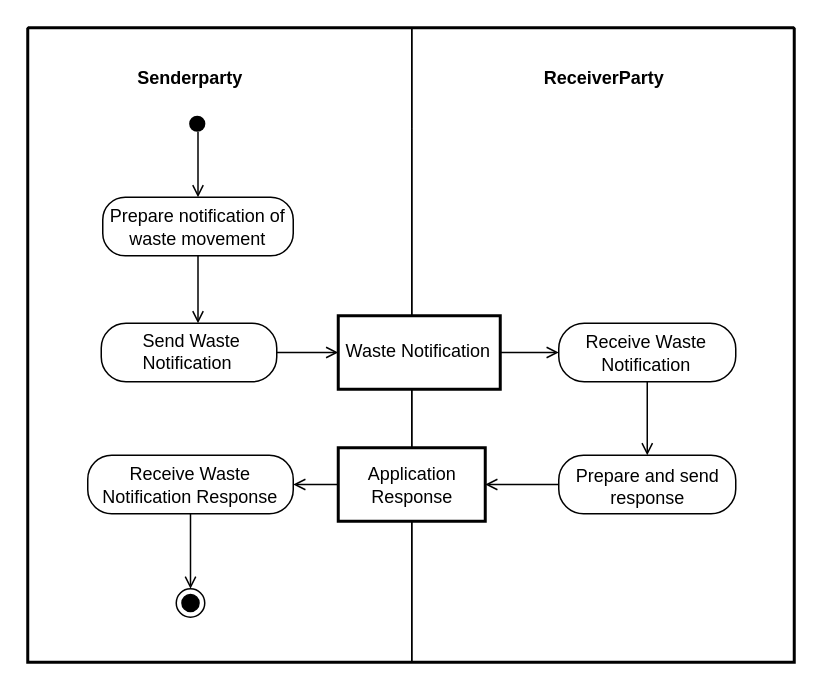
Above: diagrams/UBL-2.5-WasteNotificationProcess/UBL-2.5-WasteNotificationProcess.drawio in kduvekot/ubl-work-on-svg-images (draw.io), before the change. Source tidied: cells renumbered, new cells numbered last; positions are measured from the earlier drawing's top-left corner, leaving out a move shared by most shapes. Both pictures are drawn from the tidied source at 150%, with x=0, y=0 at pixel (27, 27).
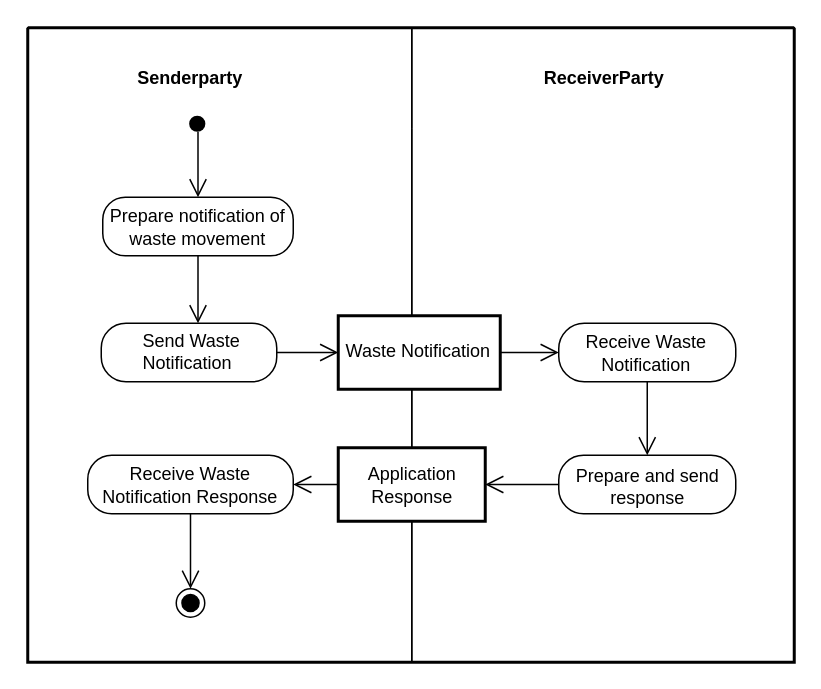
The same diagram, later.

Unchanged cells that the change refers to:
```xml
<mxCell id="2" style="swimlane;html=1;startSize=0;whiteSpace=wrap;fillColor=none;strokeWidth=2;" parent="1" vertex="1">
  <mxGeometry width="511" height="423" as="geometry" />
</mxCell>
<mxCell id="3" value="Senderparty" style="swimlane;horizontal=1;startSize=67;swimlaneLine=0;html=1;fillColor=none;fontStyle=1;spacing=0;spacingRight=40;" parent="2" vertex="1">
  <mxGeometry width="256" height="423" as="geometry" />
</mxCell>
<mxCell id="4" value="ReceiverParty" style="swimlane;horizontal=1;startSize=67;swimlaneLine=0;html=1;fillColor=none;fontStyle=1;spacing=0;" parent="2" vertex="1">
  <mxGeometry x="256" width="255" height="423" as="geometry" />
</mxCell>
<mxCell id="5" style="ellipse;shape=startState;fillColor=#000000;strokeColor=none;html=1;" parent="3" vertex="1">
  <mxGeometry x="104" y="55" width="18" height="18" as="geometry" />
</mxCell>
<mxCell id="6" value="Prepare notification of&lt;br&gt;waste movement" style="rounded=1;absoluteArcSize=1;arcSize=30;html=1;whiteSpace=nowrap;fontStyle=0;align=center;verticalAlign=middle;spacing=0;spacingRight=1;" parent="3" vertex="1">
  <mxGeometry x="50" y="113" width="127" height="39" as="geometry" />
</mxCell>
<mxCell id="7" value="Waste Notification" style="rounded=0;html=1;whiteSpace=nowrap;fontStyle=0;align=center;verticalAlign=middle;spacing=0;spacingRight=2;spacingBottom=2;strokeWidth=2;" parent="4" vertex="1">
  <mxGeometry x="-49" y="192" width="108" height="49" as="geometry" />
</mxCell>
<mxCell id="8" value="Send Waste&lt;br&gt;Notification" style="rounded=1;absoluteArcSize=1;arcSize=33;html=1;whiteSpace=nowrap;fontStyle=0;align=left;verticalAlign=middle;spacing=0;spacingLeft=28;spacingBottom=1;" parent="3" vertex="1">
  <mxGeometry x="49" y="197" width="117" height="39" as="geometry" />
</mxCell>
<mxCell id="9" value="Receive Waste&lt;br&gt;Notification" style="rounded=1;absoluteArcSize=1;arcSize=34;html=1;whiteSpace=nowrap;fontStyle=0;align=center;verticalAlign=middle;spacing=0;spacingRight=2;" parent="4" vertex="1">
  <mxGeometry x="98" y="197" width="118" height="39" as="geometry" />
</mxCell>
<mxCell id="10" value="Application&lt;br&gt;Response" style="rounded=0;html=1;whiteSpace=nowrap;fontStyle=0;align=center;verticalAlign=middle;spacing=0;spacingRight=1;strokeWidth=2;" parent="4" vertex="1">
  <mxGeometry x="-49" y="280" width="98" height="49" as="geometry" />
</mxCell>
<mxCell id="11" value="Receive Waste&lt;br&gt;Notification Response" style="rounded=1;absoluteArcSize=1;arcSize=32;html=1;whiteSpace=nowrap;fontStyle=0;align=center;verticalAlign=middle;spacing=0;spacingRight=1;" parent="3" vertex="1">
  <mxGeometry x="40" y="285" width="137" height="39" as="geometry" />
</mxCell>
<mxCell id="12" value="Prepare and send&lt;br&gt;response" style="rounded=1;absoluteArcSize=1;arcSize=33;html=1;whiteSpace=nowrap;fontStyle=0;align=center;verticalAlign=middle;spacing=0;spacingTop=2;" parent="4" vertex="1">
  <mxGeometry x="98" y="285" width="118" height="39" as="geometry" />
</mxCell>
<mxCell id="13" style="ellipse;shape=endState;fillColor=#000000;html=1;" parent="3" vertex="1">
  <mxGeometry x="99" y="374" width="19" height="19" as="geometry" />
</mxCell>
```

The edit, as a diff of the source:
```diff
@@
-    <mxCell id="14" style="edgeStyle=none;rounded=0;html=1;endArrow=open;endFill=0;endSize=6;exitPerimeter=0;entryX=0.5;entryY=0;entryPerimeter=0;exitX=0.527778;exitY=0.7938;" parent="3" edge="1" source="5" target="6">
+    <mxCell id="14" style="edgeStyle=none;rounded=0;html=1;endArrow=open;endFill=0;endSize=10;exitPerimeter=0;entryX=0.5;entryY=0;entryPerimeter=0;exitX=0.527778;exitY=0.7938;" parent="3" edge="1" source="5" target="6">
       <mxGeometry relative="1" as="geometry" />
     </mxCell>
-    <mxCell id="15" style="edgeStyle=none;rounded=0;html=1;endArrow=open;endFill=0;endSize=6;exitX=0.5;exitY=1;exitPerimeter=0;entryPerimeter=0;entryX=0.551282;entryY=0;" parent="3" edge="1" source="6" target="8">
+    <mxCell id="15" style="edgeStyle=none;rounded=0;html=1;endArrow=open;endFill=0;endSize=10;exitX=0.5;exitY=1;exitPerimeter=0;entryPerimeter=0;entryX=0.551282;entryY=0;" parent="3" edge="1" source="6" target="8">
       <mxGeometry relative="1" as="geometry" />
     </mxCell>
-    <mxCell id="16" style="edgeStyle=none;rounded=0;html=1;endArrow=open;endFill=0;endSize=6;exitX=1;exitY=0.5;exitPerimeter=0;entryX=0;entryY=0.5;entryPerimeter=0;" parent="2" edge="1" source="8" target="7">
+    <mxCell id="16" style="edgeStyle=none;rounded=0;html=1;endArrow=open;endFill=0;endSize=10;exitX=1;exitY=0.5;exitPerimeter=0;entryX=0;entryY=0.5;entryPerimeter=0;" parent="2" edge="1" source="8" target="7">
       <mxGeometry relative="1" as="geometry" />
     </mxCell>
-    <mxCell id="17" style="edgeStyle=none;rounded=0;html=1;endArrow=open;endFill=0;endSize=6;exitX=1;exitY=0.5;exitPerimeter=0;entryX=0;entryY=0.5;entryPerimeter=0;" parent="4" edge="1" source="7" target="9">
+    <mxCell id="17" style="edgeStyle=none;rounded=0;html=1;endArrow=open;endFill=0;endSize=10;exitX=1;exitY=0.5;exitPerimeter=0;entryX=0;entryY=0.5;entryPerimeter=0;" parent="4" edge="1" source="7" target="9">
       <mxGeometry relative="1" as="geometry" />
     </mxCell>
-    <mxCell id="18" style="edgeStyle=none;rounded=0;html=1;endArrow=open;endFill=0;endSize=6;exitX=0.5;exitY=1;exitPerimeter=0;entryX=0.5;entryY=0;entryPerimeter=0;" parent="4" edge="1" source="9" target="12">
+    <mxCell id="18" style="edgeStyle=none;rounded=0;html=1;endArrow=open;endFill=0;endSize=10;exitX=0.5;exitY=1;exitPerimeter=0;entryX=0.5;entryY=0;entryPerimeter=0;" parent="4" edge="1" source="9" target="12">
       <mxGeometry relative="1" as="geometry" />
     </mxCell>
-    <mxCell id="19" style="edgeStyle=none;rounded=0;html=1;endArrow=open;endFill=0;endSize=6;exitX=0;exitY=0.5;exitPerimeter=0;entryX=1;entryY=0.5;entryPerimeter=0;" parent="2" edge="1" source="10" target="11">
+    <mxCell id="19" style="edgeStyle=none;rounded=0;html=1;endArrow=open;endFill=0;endSize=10;exitX=0;exitY=0.5;exitPerimeter=0;entryX=1;entryY=0.5;entryPerimeter=0;" parent="2" edge="1" source="10" target="11">
       <mxGeometry relative="1" as="geometry" />
     </mxCell>
-    <mxCell id="20" style="edgeStyle=none;rounded=0;html=1;endArrow=open;endFill=0;endSize=6;exitX=0;exitY=0.5;exitPerimeter=0;entryX=1;entryY=0.5;entryPerimeter=0;" parent="4" edge="1" source="12" target="10">
+    <mxCell id="20" style="edgeStyle=none;rounded=0;html=1;endArrow=open;endFill=0;endSize=10;exitX=0;exitY=0.5;exitPerimeter=0;entryX=1;entryY=0.5;entryPerimeter=0;" parent="4" edge="1" source="12" target="10">
       <mxGeometry relative="1" as="geometry" />
     </mxCell>
-    <mxCell id="21" style="edgeStyle=none;rounded=0;html=1;endArrow=open;endFill=0;endSize=6;exitX=0.5;exitY=1;exitPerimeter=0;entryX=0.5;entryY=0;entryPerimeter=0;" parent="3" edge="1" source="11" target="13">
+    <mxCell id="21" style="edgeStyle=none;rounded=0;html=1;endArrow=open;endFill=0;endSize=10;exitX=0.5;exitY=1;exitPerimeter=0;entryX=0.5;entryY=0;entryPerimeter=0;" parent="3" edge="1" source="11" target="13">
       <mxGeometry relative="1" as="geometry" />
     </mxCell>
```
